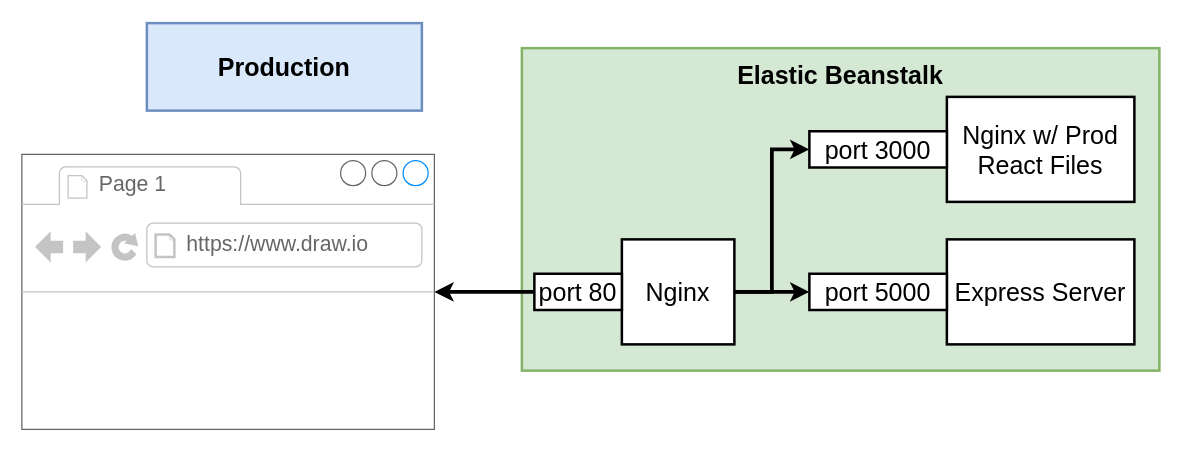
This is page "04 - prod" (5 of 21) of diagrams copy.drawio from raviranjan2003/multi-container-deployment, a draw.io file, before an edit. Source tidied: cells renumbered, new cells numbered last; positions are measured from the earlier drawing's top-left corner, leaving out a move shared by most shapes. Both pictures are drawn from the tidied source at 125%, with x=0, y=0 at pixel (21, 22).
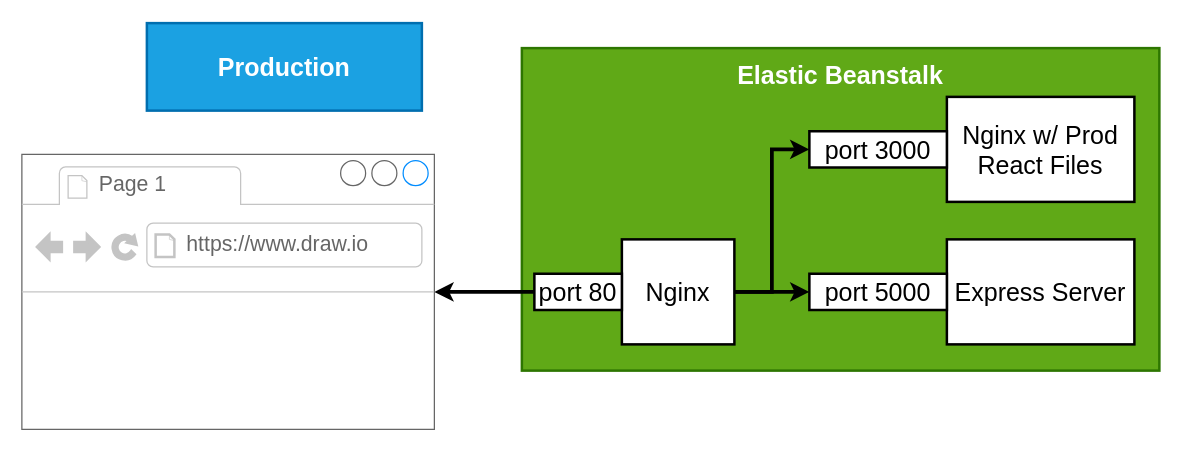
The same diagram, later.

Change to the diagram source:
```diff
@@
 <mxGraphModel background="#ffffff">
   <root>
     <mxCell id="0" />
     <mxCell id="1" parent="0" />
-    <mxCell id="2" value="Elastic Beanstalk&lt;br&gt;&lt;br&gt;&lt;br&gt;&lt;br&gt;&lt;br&gt;&lt;br&gt;&lt;br&gt;&lt;br&gt;&lt;br&gt;&lt;br&gt;" style="rounded=0;whiteSpace=wrap;html=1;strokeWidth=2;fontSize=20;align=center;fillColor=#d5e8d4;strokeColor=#82b366;fontStyle=1;" parent="1" vertex="1">
+    <mxCell id="2" value="Elastic Beanstalk&lt;br&gt;&lt;br&gt;&lt;br&gt;&lt;br&gt;&lt;br&gt;&lt;br&gt;&lt;br&gt;&lt;br&gt;&lt;br&gt;&lt;br&gt;" style="rounded=0;whiteSpace=wrap;html=1;strokeWidth=2;fontSize=20;align=center;fillColor=#60a917;strokeColor=#2D7600;fontStyle=1;fontColor=#ffffff;" parent="1" vertex="1">
       <mxGeometry x="400" y="20" width="510" height="258" as="geometry" />
     </mxCell>
     <mxCell id="3" style="strokeWidth=1;shadow=0;dashed=0;align=center;html=1;shape=mxgraph.mockup.containers.browserWindow;rSize=0;fillColor=#ffffff;strokeColor=#666666;mainText=,;fontSize=20;" parent="1" vertex="1">
       <mxGeometry y="105" width="330" height="220" as="geometry" />
     </mxCell>
     <mxCell id="4" value="Page 1" style="strokeWidth=1;shadow=0;dashed=0;align=center;html=1;shape=mxgraph.mockup.containers.anchor;fontSize=17;fontColor=#666666;align=left;" parent="3" vertex="1">
       <mxGeometry x="60" y="12" width="110" height="26" as="geometry" />
     </mxCell>
     <mxCell id="5" value="https://www.draw.io" style="strokeWidth=1;shadow=0;dashed=0;align=center;html=1;shape=mxgraph.mockup.containers.anchor;rSize=0;fontSize=17;fontColor=#666666;align=left;" parent="3" vertex="1">
       <mxGeometry x="130" y="60" width="250" height="26" as="geometry" />
     </mxCell>
-    <mxCell id="6" style="edgeStyle=orthogonalEdgeStyle;rounded=0;html=1;exitX=0;exitY=0.5;jettySize=auto;strokeWidth=3;fontSize=20;" parent="1" edge="1" source="9">
+    <mxCell id="6" style="edgeStyle=orthogonalEdgeStyle;rounded=0;html=1;exitX=0;exitY=0.5;jettySize=auto;strokeWidth=3;fontSize=20;strokeColor=#000;" parent="1" edge="1" source="9">
       <mxGeometry relative="1" as="geometry">
         <mxPoint x="330" y="215" as="targetPoint" />
       </mxGeometry>
     </mxCell>
     <mxCell id="7" style="edgeStyle=orthogonalEdgeStyle;rounded=0;html=1;exitX=1;exitY=0.5;jettySize=auto;strokeWidth=3;fontSize=20;" parent="1" edge="1" source="9" target="14">
       <mxGeometry relative="1" as="geometry" />
     </mxCell>
     <mxCell id="8" style="edgeStyle=orthogonalEdgeStyle;rounded=0;html=1;exitX=1;exitY=0.5;entryX=0;entryY=0.5;jettySize=auto;strokeWidth=3;fontSize=20;" parent="1" edge="1" source="9" target="13">
       <mxGeometry relative="1" as="geometry" />
     </mxCell>
     <mxCell id="9" value="Nginx&lt;br&gt;" style="rounded=0;whiteSpace=wrap;html=1;strokeWidth=2;fontSize=20;align=center;" parent="1" vertex="1">
       <mxGeometry x="480" y="173" width="90" height="84" as="geometry" />
     </mxCell>
     <mxCell id="10" value="Nginx w/ Prod React Files" style="rounded=0;whiteSpace=wrap;html=1;strokeWidth=2;fontSize=20;align=center;" parent="1" vertex="1">
       <mxGeometry x="740" y="59" width="150" height="84" as="geometry" />
     </mxCell>
     <mxCell id="11" value="Express Server" style="rounded=0;whiteSpace=wrap;html=1;strokeWidth=2;fontSize=20;align=center;" parent="1" vertex="1">
       <mxGeometry x="740" y="173" width="150" height="84" as="geometry" />
     </mxCell>
-    <mxCell id="12" value="Production" style="rounded=0;whiteSpace=wrap;html=1;strokeWidth=2;fontSize=20;align=center;fillColor=#dae8fc;strokeColor=#6c8ebf;fontStyle=1;" parent="1" vertex="1">
+    <mxCell id="12" value="Production" style="rounded=0;whiteSpace=wrap;html=1;strokeWidth=2;fontSize=20;align=center;fillColor=#1ba1e2;strokeColor=#006EAF;fontStyle=1;fontColor=#ffffff;" parent="1" vertex="1">
       <mxGeometry x="100" width="220" height="70" as="geometry" />
     </mxCell>
     <mxCell id="13" value="port 3000" style="rounded=0;whiteSpace=wrap;html=1;strokeWidth=2;fontSize=20;align=center;" parent="1" vertex="1">
       <mxGeometry x="630" y="86.5" width="110" height="29" as="geometry" />
     </mxCell>
     <mxCell id="14" value="port 5000" style="rounded=0;whiteSpace=wrap;html=1;strokeWidth=2;fontSize=20;align=center;" parent="1" vertex="1">
       <mxGeometry x="630" y="200.5" width="110" height="29" as="geometry" />
     </mxCell>
     <mxCell id="15" value="port 80" style="rounded=0;whiteSpace=wrap;html=1;strokeWidth=2;fontSize=20;align=center;" parent="1" vertex="1">
       <mxGeometry x="410" y="200.5" width="70" height="29" as="geometry" />
     </mxCell>
   </root>
 </mxGraphModel>
```
